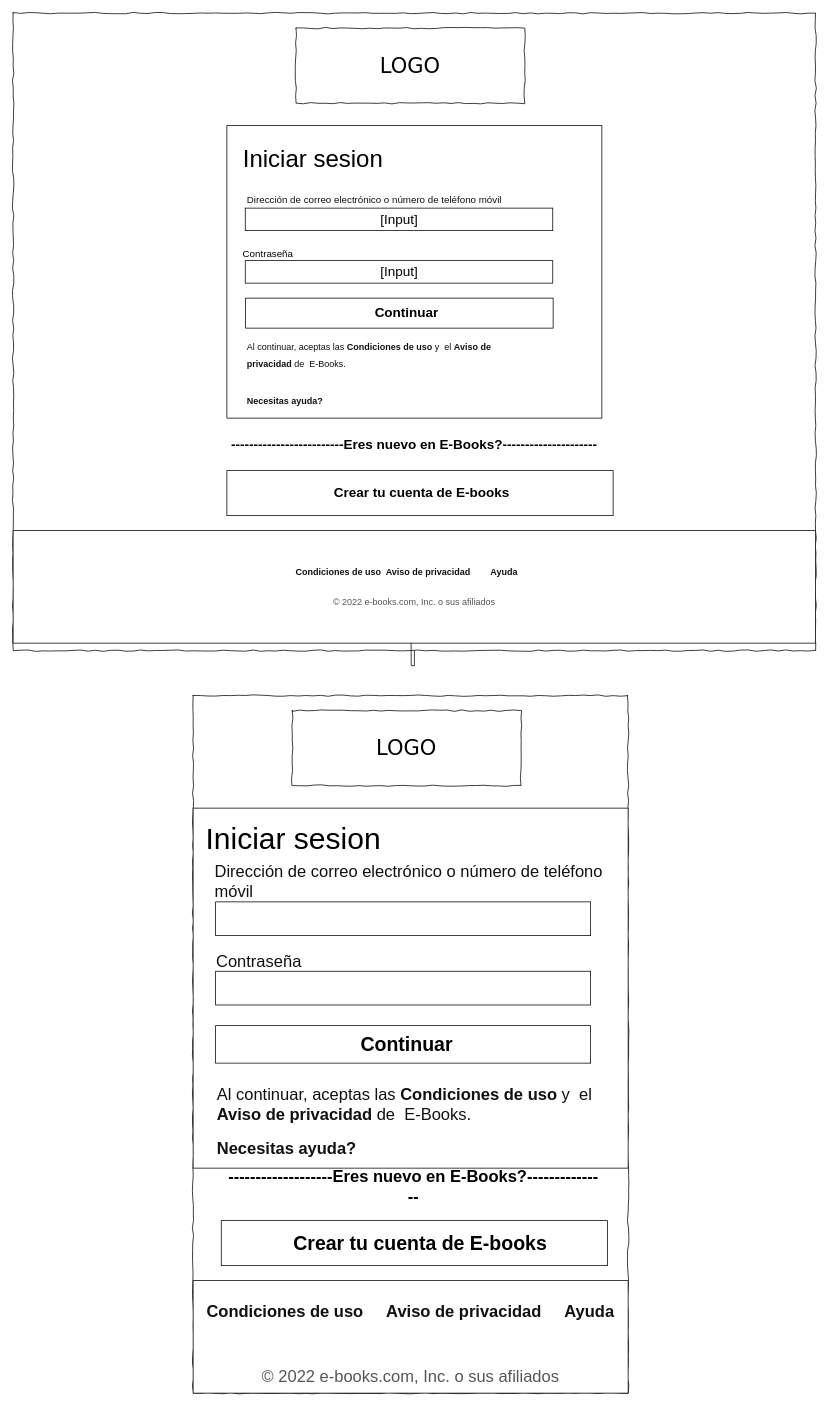
Earlier version of the draw.io diagram page "Login" (1 of 3) of design/Untitled Diagram.drawio (WilmerCordoba23/grupo_1_E-Books). Source tidied: cells renumbered, new cells numbered last; positions are measured from the earlier drawing's top-left corner, leaving out a move shared by most shapes. Both pictures are drawn from the tidied source at 75%, with x=0, y=0 at pixel (13, 13).
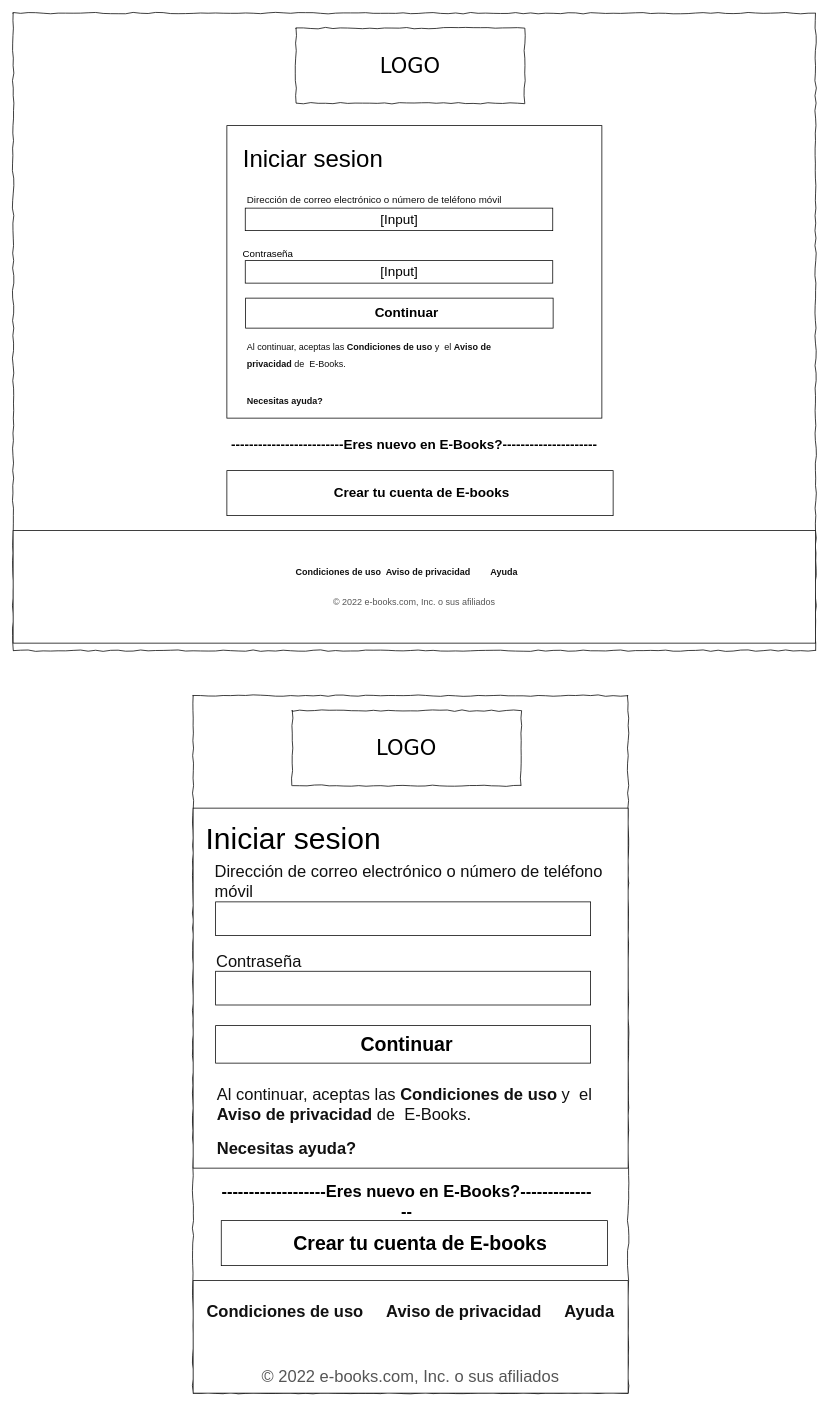
The same diagram, later.

The change refers to these unchanged cells:
```xml
<mxCell id="3" style="whiteSpace=wrap;html=1;rounded=0;shadow=0;labelBackgroundColor=none;strokeColor=#000000;strokeWidth=1;fillColor=none;fontFamily=Verdana;fontSize=12;fontColor=#000000;align=center;comic=1;" parent="1" vertex="1">
  <mxGeometry width="1070" height="850" as="geometry" />
</mxCell>
```

What changed in the source:
```diff
@@
-    <mxCell id="2" style="edgeStyle=orthogonalEdgeStyle;rounded=0;jettySize=auto;html=1;exitX=0.5;exitY=1;exitDx=0;exitDy=0;" parent="1" edge="1" source="3">
-      <mxGeometry relative="1" as="geometry">
-        <mxPoint x="530.3" y="790" as="targetPoint" />
-      </mxGeometry>
-    </mxCell>
@@
     <mxCell id="29" value="&lt;font style=&quot;font-size: 22px;&quot;&gt;&lt;b&gt;-------------------Eres nuevo en E-Books?---------------&lt;/b&gt;&lt;/font&gt;" style="text;html=1;strokeColor=none;fillColor=none;align=center;verticalAlign=middle;whiteSpace=wrap;rounded=0;fontSize=18;" parent="1" vertex="1">
-      <mxGeometry x="283.5" y="1550" width="500" height="30" as="geometry" />
+      <mxGeometry x="275" y="1570" width="500" height="30" as="geometry" />
     </mxCell>
```
